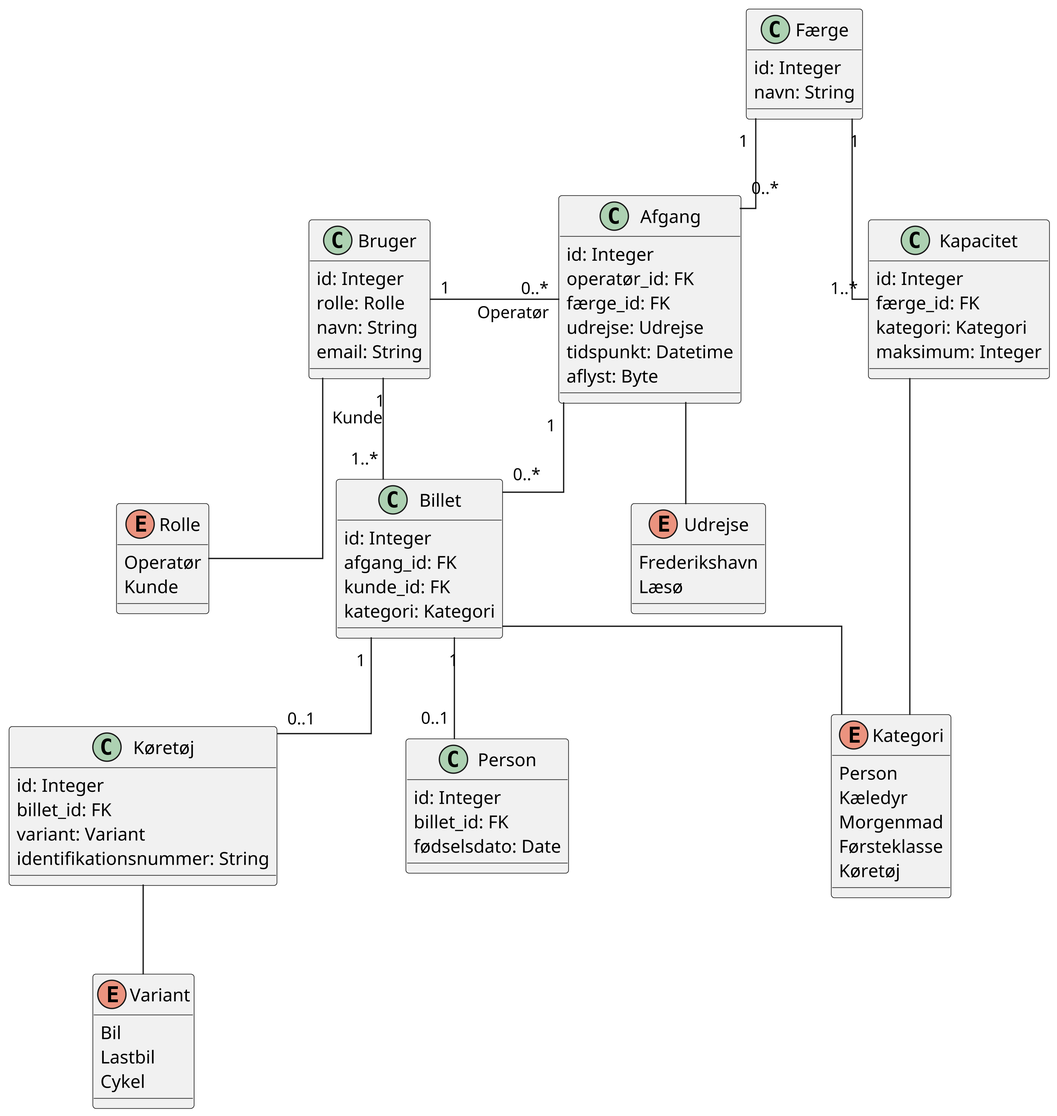
This is public/data_model.png from marc8193/H6PD080126, a PlantUML export, as it was before one commit.
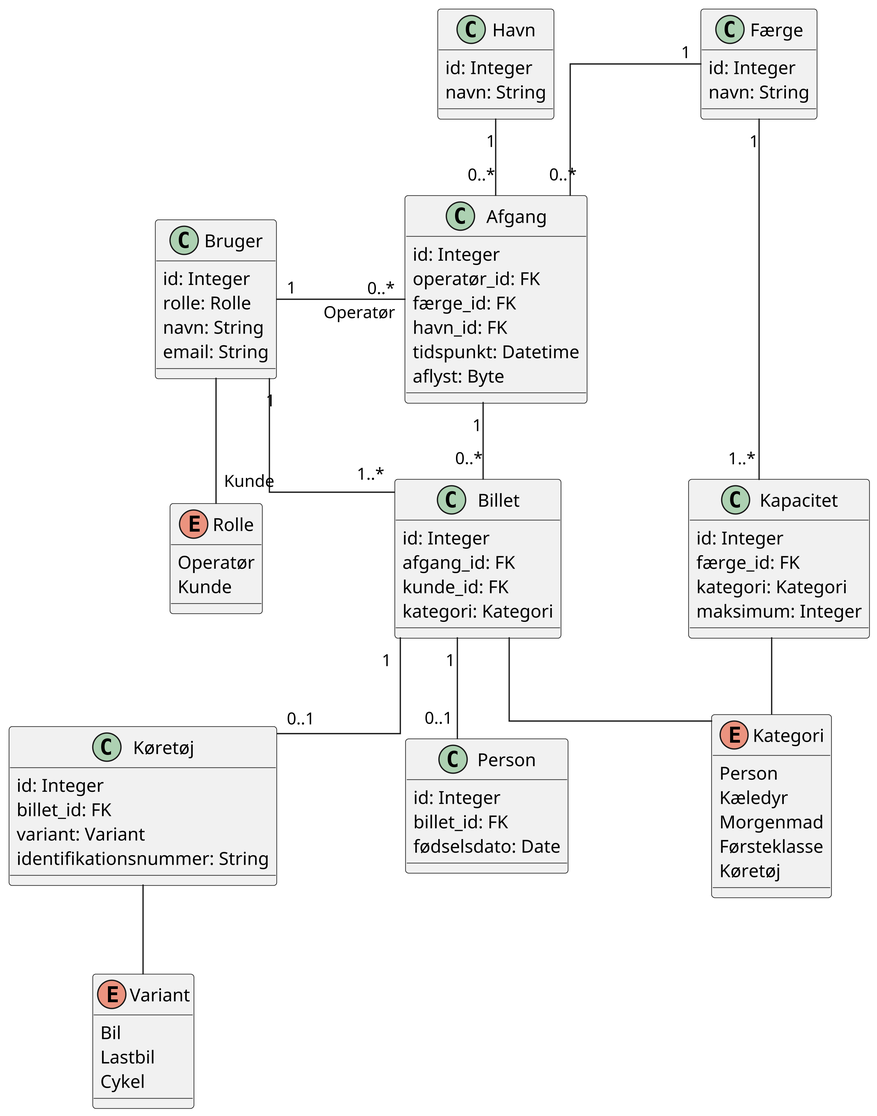
Above is the later version.

The edit, as a diff of the source:
```diff
@@ -15,12 +15,6 @@
   rolle: Rolle
   navn: String
   email: String
-}
-
-enum Udrejse
-{
-  Frederikshavn
-  Læsø
 }
 
 class Færge
@@ -46,12 +40,18 @@
   maksimum: Integer
 }
 
+class Havn
+{
+  id: Integer
+  navn: String
+}
+
 class Afgang
 {
   id: Integer
   operatør_id: FK
   færge_id: FK
-  udrejse: Udrejse
+  havn_id: FK
   tidspunkt: Datetime
   aflyst: Byte
 }
@@ -87,13 +87,13 @@
 }
 
 Bruger -- Rolle
-Afgang -- Udrejse
 Billet -- Kategori
 Kapacitet -- Kategori
 Køretøj -- Variant
 
 Bruger "1" -right- "0..*" Afgang: Operatør
 Færge "1" -- "0..*" Afgang
+Havn "1" -- "0..*" Afgang
 Færge "1" -- "1..*" Kapacitet
 
 Afgang "1" -- "0..*" Billet
```
